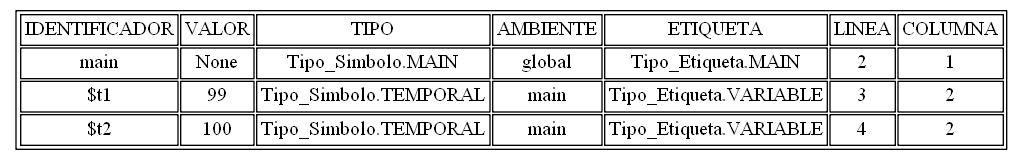
The Graphviz diagram tablasimbolos.png in AndreeAvalos/OLC2-AUGUS, before a commit. Its source is kept beside it as tablasimbolos.dot.
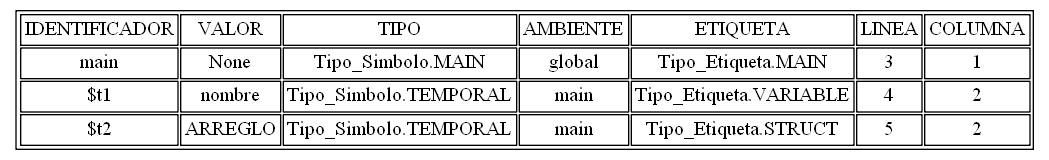
After the change.

Change to the diagram source:
```diff
@@ -3,9 +3,9 @@
 graph [bb="0,0,352,154"];
 arset [label=<<TABLE ALIGN="LEFT">
 <TR><TD>IDENTIFICADOR</TD><TD>VALOR</TD><TD>TIPO</TD><TD>AMBIENTE</TD><TD>ETIQUETA</TD><TD>LINEA</TD><TD>COLUMNA</TD></TR>
-<TR><TD>main</TD><TD>None</TD><TD>Tipo_Simbolo.MAIN</TD><TD>global</TD><TD>Tipo_Etiqueta.MAIN</TD><TD>2</TD><TD>1</TD></TR>
-<TR><TD>$t1</TD><TD>99</TD><TD>Tipo_Simbolo.TEMPORAL</TD><TD>main</TD><TD>Tipo_Etiqueta.VARIABLE</TD><TD>3</TD><TD>2</TD></TR>
-<TR><TD>$t2</TD><TD>100</TD><TD>Tipo_Simbolo.TEMPORAL</TD><TD>main</TD><TD>Tipo_Etiqueta.VARIABLE</TD><TD>4</TD><TD>2</TD></TR>
+<TR><TD>main</TD><TD>None</TD><TD>Tipo_Simbolo.MAIN</TD><TD>global</TD><TD>Tipo_Etiqueta.MAIN</TD><TD>3</TD><TD>1</TD></TR>
+<TR><TD>$t1</TD><TD>nombre</TD><TD>Tipo_Simbolo.TEMPORAL</TD><TD>main</TD><TD>Tipo_Etiqueta.VARIABLE</TD><TD>4</TD><TD>2</TD></TR>
+<TR><TD>$t2</TD><TD>ARREGLO</TD><TD>Tipo_Simbolo.TEMPORAL</TD><TD>main</TD><TD>Tipo_Etiqueta.STRUCT</TD><TD>5</TD><TD>2</TD></TR>
 </TABLE>
 >, ];
 }
```
